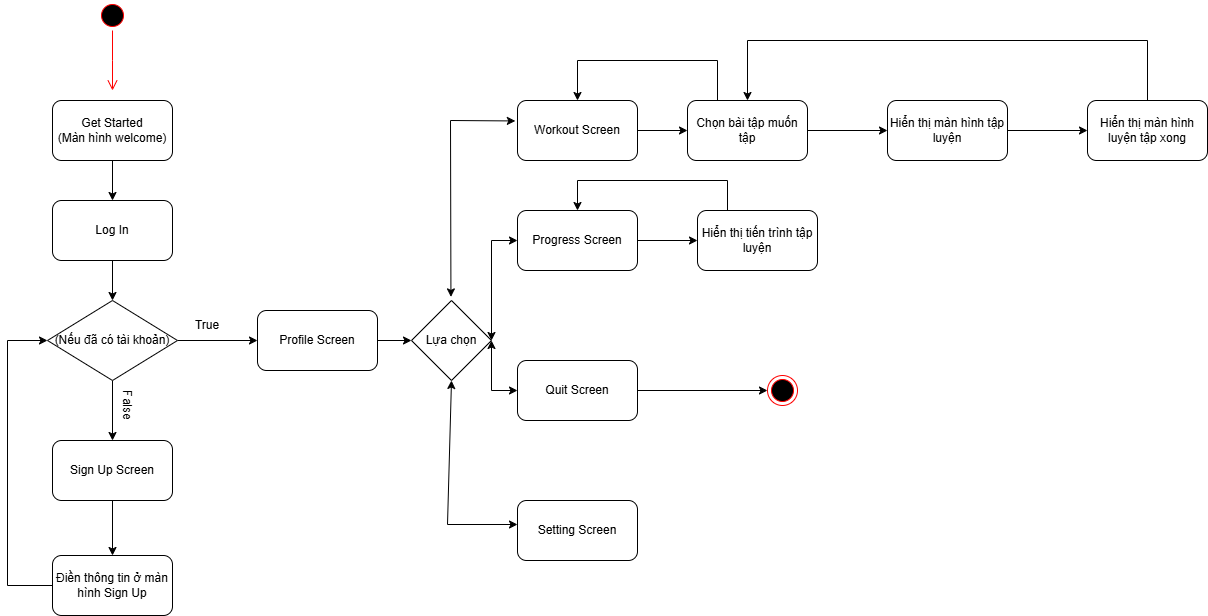
This is ProGYMHOME/UML/ActivityDiagram.drawio.png from anphuc2005/ProGymHome, a draw.io export, as it was before one commit. Source tidied: cells renumbered, new cells last; positions are measured from the earlier drawing's top-left corner, leaving out a move shared by most shapes. The source it was exported from:
```xml
<mxGraphModel>
  <root>
    <mxCell id="0" />
    <mxCell id="1" parent="0" />
    <mxCell id="2" style="ellipse;html=1;shape=startState;fillColor=#000000;strokeColor=#ff0000;" parent="1" vertex="1">
      <mxGeometry x="90" width="30" height="30" as="geometry" />
    </mxCell>
    <mxCell id="3" style="edgeStyle=orthogonalEdgeStyle;html=1;verticalAlign=bottom;endArrow=open;endSize=8;strokeColor=#ff0000;rounded=0;" parent="1" edge="1" source="2">
      <mxGeometry relative="1" as="geometry">
        <mxPoint x="105" y="90" as="targetPoint" />
      </mxGeometry>
    </mxCell>
    <mxCell id="4" style="edgeStyle=orthogonalEdgeStyle;rounded=0;jettySize=auto;html=1;" parent="1" edge="1" source="5" target="7">
      <mxGeometry relative="1" as="geometry" />
    </mxCell>
    <mxCell id="5" value="Get Started&lt;div&gt;(Màn hình welcome)&lt;/div&gt;" style="rounded=1;whiteSpace=wrap;html=1;" parent="1" vertex="1">
      <mxGeometry x="45" y="100" width="120" height="60" as="geometry" />
    </mxCell>
    <mxCell id="6" style="edgeStyle=orthogonalEdgeStyle;rounded=0;jettySize=auto;html=1;" parent="1" edge="1" source="7" target="10">
      <mxGeometry relative="1" as="geometry" />
    </mxCell>
    <mxCell id="7" value="Log In" style="rounded=1;whiteSpace=wrap;html=1;" parent="1" vertex="1">
      <mxGeometry x="45" y="200" width="120" height="60" as="geometry" />
    </mxCell>
    <mxCell id="8" style="edgeStyle=orthogonalEdgeStyle;rounded=0;jettySize=auto;html=1;" parent="1" edge="1" source="10" target="12">
      <mxGeometry relative="1" as="geometry" />
    </mxCell>
    <mxCell id="9" style="edgeStyle=orthogonalEdgeStyle;rounded=0;jettySize=auto;html=1;" parent="1" edge="1" source="10" target="15">
      <mxGeometry relative="1" as="geometry" />
    </mxCell>
    <mxCell id="10" value="(Nếu đã có tài khoản)" style="rhombus;whiteSpace=wrap;html=1;" parent="1" vertex="1">
      <mxGeometry x="40" y="300" width="130" height="80" as="geometry" />
    </mxCell>
    <mxCell id="11" style="edgeStyle=orthogonalEdgeStyle;rounded=0;jettySize=auto;html=1;" parent="1" edge="1" source="12" target="19">
      <mxGeometry relative="1" as="geometry" />
    </mxCell>
    <mxCell id="12" value="Profile Screen" style="rounded=1;whiteSpace=wrap;html=1;" parent="1" vertex="1">
      <mxGeometry x="250" y="310" width="120" height="60" as="geometry" />
    </mxCell>
    <mxCell id="13" value="True" style="text;html=1;align=center;verticalAlign=middle;whiteSpace=wrap;rounded=0;" parent="1" vertex="1">
      <mxGeometry x="170" y="310" width="60" height="30" as="geometry" />
    </mxCell>
    <mxCell id="14" style="edgeStyle=orthogonalEdgeStyle;rounded=0;jettySize=auto;html=1;" parent="1" edge="1" source="15" target="17">
      <mxGeometry relative="1" as="geometry" />
    </mxCell>
    <mxCell id="15" value="Sign Up Screen" style="rounded=1;whiteSpace=wrap;html=1;" parent="1" vertex="1">
      <mxGeometry x="45" y="440" width="120" height="60" as="geometry" />
    </mxCell>
    <mxCell id="16" value="False" style="text;html=1;align=center;verticalAlign=middle;whiteSpace=wrap;rounded=0;rotation=90;" parent="1" vertex="1">
      <mxGeometry x="90" y="390" width="60" height="30" as="geometry" />
    </mxCell>
    <mxCell id="17" value="Điền thông tin ở màn hình Sign Up" style="rounded=1;whiteSpace=wrap;html=1;" parent="1" vertex="1">
      <mxGeometry x="45" y="555" width="120" height="60" as="geometry" />
    </mxCell>
    <mxCell id="18" style="endArrow=classic;html=1;rounded=0;exitX=0;exitY=0.5;exitDx=0;exitDy=0;entryX=0;entryY=0.5;entryDx=0;entryDy=0;" parent="1" edge="1" source="17" target="10">
      <mxGeometry relative="1" as="geometry">
        <Array as="points">
          <mxPoint y="585" />
          <mxPoint y="340" />
        </Array>
      </mxGeometry>
    </mxCell>
    <mxCell id="19" value="Lựa chọn" style="rhombus;whiteSpace=wrap;html=1;" parent="1" vertex="1">
      <mxGeometry x="404" y="300" width="80" height="80" as="geometry" />
    </mxCell>
    <mxCell id="20" style="edgeStyle=orthogonalEdgeStyle;rounded=0;jettySize=auto;html=1;" parent="1" edge="1" source="21" target="27">
      <mxGeometry relative="1" as="geometry" />
    </mxCell>
    <mxCell id="21" value="Workout Screen" style="rounded=1;whiteSpace=wrap;html=1;" parent="1" vertex="1">
      <mxGeometry x="510" y="100" width="120" height="60" as="geometry" />
    </mxCell>
    <mxCell id="22" style="edgeStyle=orthogonalEdgeStyle;rounded=0;jettySize=auto;html=1;" parent="1" edge="1" source="23" target="32">
      <mxGeometry relative="1" as="geometry" />
    </mxCell>
    <mxCell id="23" value="Progress Screen" style="rounded=1;whiteSpace=wrap;html=1;" parent="1" vertex="1">
      <mxGeometry x="510" y="210" width="120" height="60" as="geometry" />
    </mxCell>
    <mxCell id="24" value="Quit Screen" style="rounded=1;whiteSpace=wrap;html=1;" parent="1" vertex="1">
      <mxGeometry x="510" y="360" width="120" height="60" as="geometry" />
    </mxCell>
    <mxCell id="25" value="Setting Screen" style="rounded=1;whiteSpace=wrap;html=1;" parent="1" vertex="1">
      <mxGeometry x="510" y="500" width="120" height="60" as="geometry" />
    </mxCell>
    <mxCell id="26" style="edgeStyle=orthogonalEdgeStyle;rounded=0;jettySize=auto;html=1;" parent="1" edge="1" source="27" target="29">
      <mxGeometry relative="1" as="geometry" />
    </mxCell>
    <mxCell id="27" value="Chọn bài tập muốn tập" style="rounded=1;whiteSpace=wrap;html=1;" parent="1" vertex="1">
      <mxGeometry x="680" y="100" width="120" height="60" as="geometry" />
    </mxCell>
    <mxCell id="28" style="edgeStyle=orthogonalEdgeStyle;rounded=0;jettySize=auto;html=1;" parent="1" edge="1" source="29" target="30">
      <mxGeometry relative="1" as="geometry" />
    </mxCell>
    <mxCell id="29" value="Hiển thị màn hình tập luyện" style="whiteSpace=wrap;html=1;rounded=1;" parent="1" vertex="1">
      <mxGeometry x="880" y="100" width="120" height="60" as="geometry" />
    </mxCell>
    <mxCell id="30" value="Hiển thị màn hình luyện tập xong" style="whiteSpace=wrap;html=1;rounded=1;" parent="1" vertex="1">
      <mxGeometry x="1080" y="100" width="120" height="60" as="geometry" />
    </mxCell>
    <mxCell id="31" style="endArrow=classic;html=1;rounded=0;entryX=0.5;entryY=0;entryDx=0;entryDy=0;" parent="1" edge="1" target="27">
      <mxGeometry relative="1" as="geometry">
        <mxPoint x="1140" y="100" as="sourcePoint" />
        <Array as="points">
          <mxPoint x="1140" y="40" />
          <mxPoint x="740" y="40" />
        </Array>
      </mxGeometry>
    </mxCell>
    <mxCell id="32" value="Hiển thị tiến trình tập luyện" style="rounded=1;whiteSpace=wrap;html=1;" parent="1" vertex="1">
      <mxGeometry x="690" y="210" width="120" height="60" as="geometry" />
    </mxCell>
    <mxCell id="33" style="endArrow=classic;startArrow=classic;html=1;rounded=0;exitX=0.493;exitY=-0.045;exitDx=0;exitDy=0;exitPerimeter=0;entryX=-0.018;entryY=0.341;entryDx=0;entryDy=0;entryPerimeter=0;" parent="1" edge="1" source="19" target="21">
      <mxGeometry relative="1" as="geometry">
        <Array as="points">
          <mxPoint x="443" y="120" />
        </Array>
      </mxGeometry>
    </mxCell>
    <mxCell id="34" style="endArrow=classic;startArrow=classic;html=1;rounded=0;exitX=1;exitY=0.5;exitDx=0;exitDy=0;entryX=0;entryY=0.5;entryDx=0;entryDy=0;" parent="1" edge="1" source="19" target="23">
      <mxGeometry relative="1" as="geometry">
        <Array as="points">
          <mxPoint x="484" y="240" />
        </Array>
      </mxGeometry>
    </mxCell>
    <mxCell id="35" style="endArrow=classic;startArrow=classic;html=1;rounded=0;exitX=1;exitY=0.5;exitDx=0;exitDy=0;entryX=0;entryY=0.5;entryDx=0;entryDy=0;" parent="1" edge="1" source="19" target="24">
      <mxGeometry relative="1" as="geometry">
        <Array as="points">
          <mxPoint x="484" y="390" />
        </Array>
      </mxGeometry>
    </mxCell>
    <mxCell id="36" style="endArrow=classic;startArrow=classic;html=1;rounded=0;exitX=0;exitY=0.4;exitDx=0;exitDy=0;exitPerimeter=0;entryX=0.5;entryY=1;entryDx=0;entryDy=0;" parent="1" edge="1" source="25" target="19">
      <mxGeometry relative="1" as="geometry">
        <Array as="points">
          <mxPoint x="440" y="524" />
        </Array>
      </mxGeometry>
    </mxCell>
    <mxCell id="37" style="ellipse;html=1;shape=endState;fillColor=#000000;strokeColor=#ff0000;" parent="1" vertex="1">
      <mxGeometry x="760" y="375" width="30" height="30" as="geometry" />
    </mxCell>
    <mxCell id="38" style="endArrow=classic;html=1;rounded=0;entryX=0;entryY=0.5;entryDx=0;entryDy=0;" parent="1" edge="1" source="24" target="37">
      <mxGeometry relative="1" as="geometry" />
    </mxCell>
    <mxCell id="39" style="endArrow=classic;html=1;rounded=0;entryX=0.5;entryY=0;entryDx=0;entryDy=0;exitX=0.25;exitY=0;exitDx=0;exitDy=0;" parent="1" edge="1" source="27" target="21">
      <mxGeometry relative="1" as="geometry">
        <Array as="points">
          <mxPoint x="710" y="60" />
          <mxPoint x="570" y="60" />
        </Array>
      </mxGeometry>
    </mxCell>
    <mxCell id="40" style="endArrow=classic;html=1;rounded=0;exitX=0.25;exitY=0;exitDx=0;exitDy=0;entryX=0.5;entryY=0;entryDx=0;entryDy=0;" parent="1" edge="1" source="32" target="23">
      <mxGeometry relative="1" as="geometry">
        <Array as="points">
          <mxPoint x="720" y="180" />
          <mxPoint x="570" y="180" />
        </Array>
      </mxGeometry>
    </mxCell>
  </root>
</mxGraphModel>
```
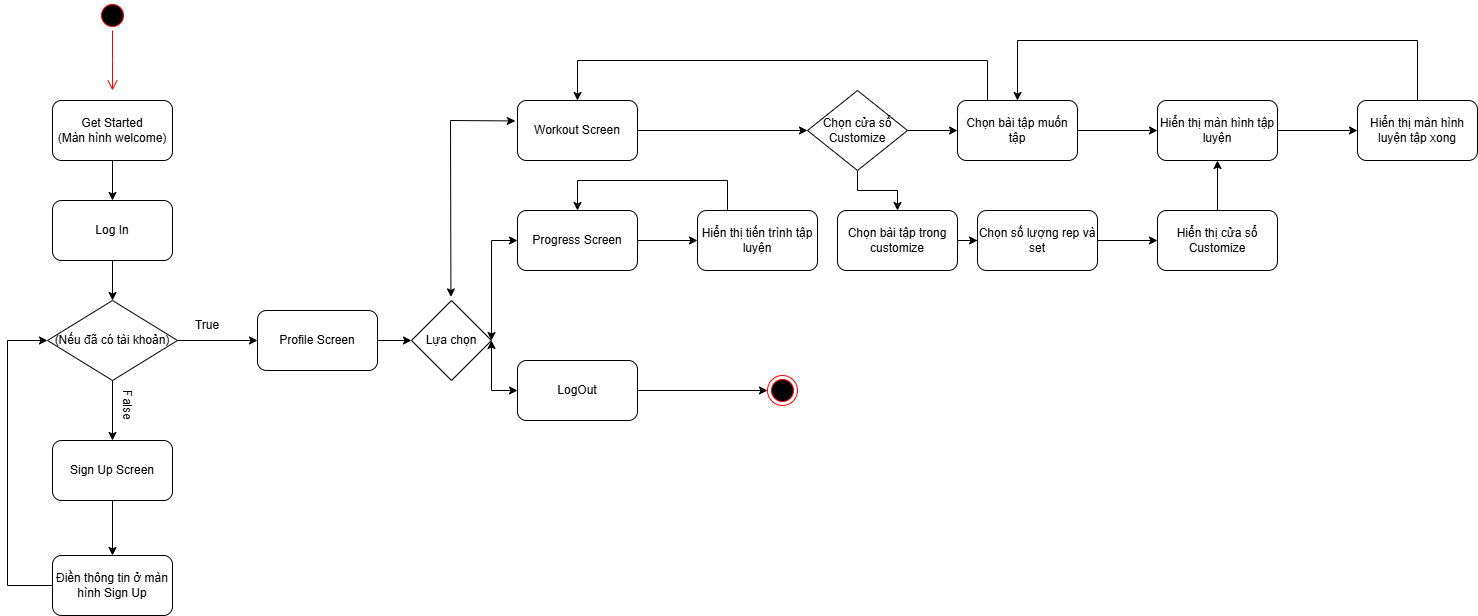
The same file after the commit.

Diff of the diagram source:
```diff
@@ -63,9 +63,9 @@
     <mxCell id="19" value="Lựa chọn" style="rhombus;whiteSpace=wrap;html=1;" parent="1" vertex="1">
       <mxGeometry x="404" y="300" width="80" height="80" as="geometry" />
     </mxCell>
-    <mxCell id="20" style="edgeStyle=orthogonalEdgeStyle;rounded=0;jettySize=auto;html=1;" parent="1" edge="1" source="21" target="27">
-      <mxGeometry relative="1" as="geometry" />
-    </mxCell>
+    <mxCell id="41" style="edgeStyle=orthogonalEdgeStyle;rounded=0;jettySize=auto;html=1;" parent="1" edge="1" source="21" target="44">
+      <mxGeometry relative="1" as="geometry" />
+    </mxCell>
     <mxCell id="21" value="Workout Screen" style="rounded=1;whiteSpace=wrap;html=1;" parent="1" vertex="1">
       <mxGeometry x="510" y="100" width="120" height="60" as="geometry" />
     </mxCell>
@@ -75,33 +75,30 @@
     <mxCell id="23" value="Progress Screen" style="rounded=1;whiteSpace=wrap;html=1;" parent="1" vertex="1">
       <mxGeometry x="510" y="210" width="120" height="60" as="geometry" />
     </mxCell>
-    <mxCell id="24" value="Quit Screen" style="rounded=1;whiteSpace=wrap;html=1;" parent="1" vertex="1">
+    <mxCell id="24" value="LogOut" style="rounded=1;whiteSpace=wrap;html=1;" parent="1" vertex="1">
       <mxGeometry x="510" y="360" width="120" height="60" as="geometry" />
     </mxCell>
-    <mxCell id="25" value="Setting Screen" style="rounded=1;whiteSpace=wrap;html=1;" parent="1" vertex="1">
-      <mxGeometry x="510" y="500" width="120" height="60" as="geometry" />
-    </mxCell>
     <mxCell id="26" style="edgeStyle=orthogonalEdgeStyle;rounded=0;jettySize=auto;html=1;" parent="1" edge="1" source="27" target="29">
       <mxGeometry relative="1" as="geometry" />
     </mxCell>
     <mxCell id="27" value="Chọn bài tập muốn tập" style="rounded=1;whiteSpace=wrap;html=1;" parent="1" vertex="1">
-      <mxGeometry x="680" y="100" width="120" height="60" as="geometry" />
+      <mxGeometry x="950" y="100" width="120" height="60" as="geometry" />
     </mxCell>
     <mxCell id="28" style="edgeStyle=orthogonalEdgeStyle;rounded=0;jettySize=auto;html=1;" parent="1" edge="1" source="29" target="30">
       <mxGeometry relative="1" as="geometry" />
     </mxCell>
     <mxCell id="29" value="Hiển thị màn hình tập luyện" style="whiteSpace=wrap;html=1;rounded=1;" parent="1" vertex="1">
-      <mxGeometry x="880" y="100" width="120" height="60" as="geometry" />
+      <mxGeometry x="1150" y="100" width="120" height="60" as="geometry" />
     </mxCell>
     <mxCell id="30" value="Hiển thị màn hình luyện tập xong" style="whiteSpace=wrap;html=1;rounded=1;" parent="1" vertex="1">
-      <mxGeometry x="1080" y="100" width="120" height="60" as="geometry" />
+      <mxGeometry x="1350" y="100" width="120" height="60" as="geometry" />
     </mxCell>
     <mxCell id="31" style="endArrow=classic;html=1;rounded=0;entryX=0.5;entryY=0;entryDx=0;entryDy=0;" parent="1" edge="1" target="27">
       <mxGeometry relative="1" as="geometry">
-        <mxPoint x="1140" y="100" as="sourcePoint" />
+        <mxPoint x="1410" y="100" as="sourcePoint" />
         <Array as="points">
-          <mxPoint x="1140" y="40" />
-          <mxPoint x="740" y="40" />
+          <mxPoint x="1410" y="40" />
+          <mxPoint x="1010" y="40" />
         </Array>
       </mxGeometry>
     </mxCell>
@@ -129,13 +126,6 @@
         </Array>
       </mxGeometry>
     </mxCell>
-    <mxCell id="36" style="endArrow=classic;startArrow=classic;html=1;rounded=0;exitX=0;exitY=0.4;exitDx=0;exitDy=0;exitPerimeter=0;entryX=0.5;entryY=1;entryDx=0;entryDy=0;" parent="1" edge="1" source="25" target="19">
-      <mxGeometry relative="1" as="geometry">
-        <Array as="points">
-          <mxPoint x="440" y="524" />
-        </Array>
-      </mxGeometry>
-    </mxCell>
     <mxCell id="37" style="ellipse;html=1;shape=endState;fillColor=#000000;strokeColor=#ff0000;" parent="1" vertex="1">
       <mxGeometry x="760" y="375" width="30" height="30" as="geometry" />
     </mxCell>
@@ -145,7 +135,7 @@
     <mxCell id="39" style="endArrow=classic;html=1;rounded=0;entryX=0.5;entryY=0;entryDx=0;entryDy=0;exitX=0.25;exitY=0;exitDx=0;exitDy=0;" parent="1" edge="1" source="27" target="21">
       <mxGeometry relative="1" as="geometry">
         <Array as="points">
-          <mxPoint x="710" y="60" />
+          <mxPoint x="980" y="60" />
           <mxPoint x="570" y="60" />
         </Array>
       </mxGeometry>
@@ -158,5 +148,32 @@
         </Array>
       </mxGeometry>
     </mxCell>
+    <mxCell id="42" style="edgeStyle=orthogonalEdgeStyle;rounded=0;jettySize=auto;html=1;" parent="1" edge="1" source="44" target="27">
+      <mxGeometry relative="1" as="geometry" />
+    </mxCell>
+    <mxCell id="43" style="edgeStyle=orthogonalEdgeStyle;rounded=0;jettySize=auto;html=1;" parent="1" edge="1" source="44" target="46">
+      <mxGeometry relative="1" as="geometry" />
+    </mxCell>
+    <mxCell id="44" value="Chọn cửa sổ Customize" style="rhombus;whiteSpace=wrap;html=1;" parent="1" vertex="1">
+      <mxGeometry x="800" y="90" width="100" height="80" as="geometry" />
+    </mxCell>
+    <mxCell id="45" style="edgeStyle=orthogonalEdgeStyle;rounded=0;jettySize=auto;html=1;" parent="1" edge="1" source="46" target="48">
+      <mxGeometry relative="1" as="geometry" />
+    </mxCell>
+    <mxCell id="46" value="Chọn bài tập trong customize" style="rounded=1;whiteSpace=wrap;html=1;" parent="1" vertex="1">
+      <mxGeometry x="830" y="210" width="120" height="60" as="geometry" />
+    </mxCell>
+    <mxCell id="47" style="edgeStyle=orthogonalEdgeStyle;rounded=0;jettySize=auto;html=1;" parent="1" edge="1" source="48" target="50">
+      <mxGeometry relative="1" as="geometry" />
+    </mxCell>
+    <mxCell id="48" value="Chọn số lượng rep và set" style="rounded=1;whiteSpace=wrap;html=1;" parent="1" vertex="1">
+      <mxGeometry x="970" y="210" width="120" height="60" as="geometry" />
+    </mxCell>
+    <mxCell id="49" style="edgeStyle=orthogonalEdgeStyle;rounded=0;jettySize=auto;html=1;" parent="1" edge="1" source="50" target="29">
+      <mxGeometry relative="1" as="geometry" />
+    </mxCell>
+    <mxCell id="50" value="Hiển thị cửa sổ Customize" style="rounded=1;whiteSpace=wrap;html=1;" parent="1" vertex="1">
+      <mxGeometry x="1150" y="210" width="120" height="60" as="geometry" />
+    </mxCell>
   </root>
 </mxGraphModel>
```
